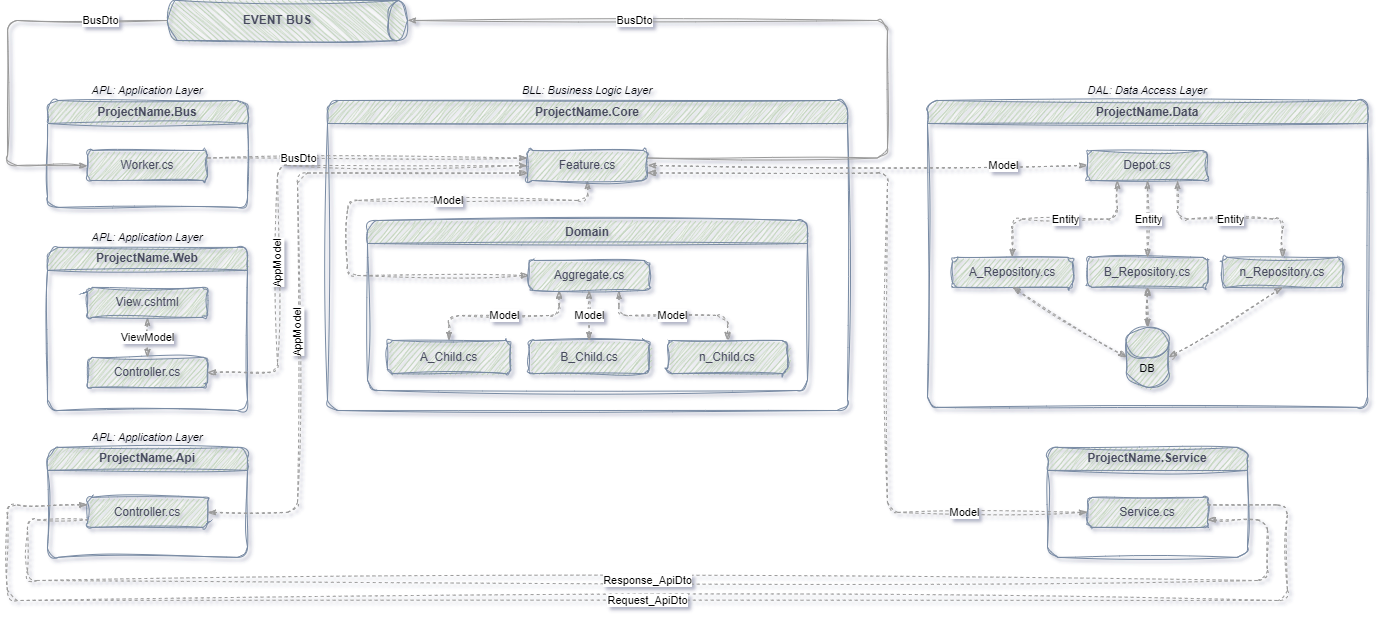
This is docs/SolutionArchitecture.png from iDoctor1977/MicroServicesTemplate, a draw.io export, as it was before one commit. Source tidied: cells renumbered, new cells last; positions are measured from the earlier drawing's top-left corner, leaving out a move shared by most shapes.
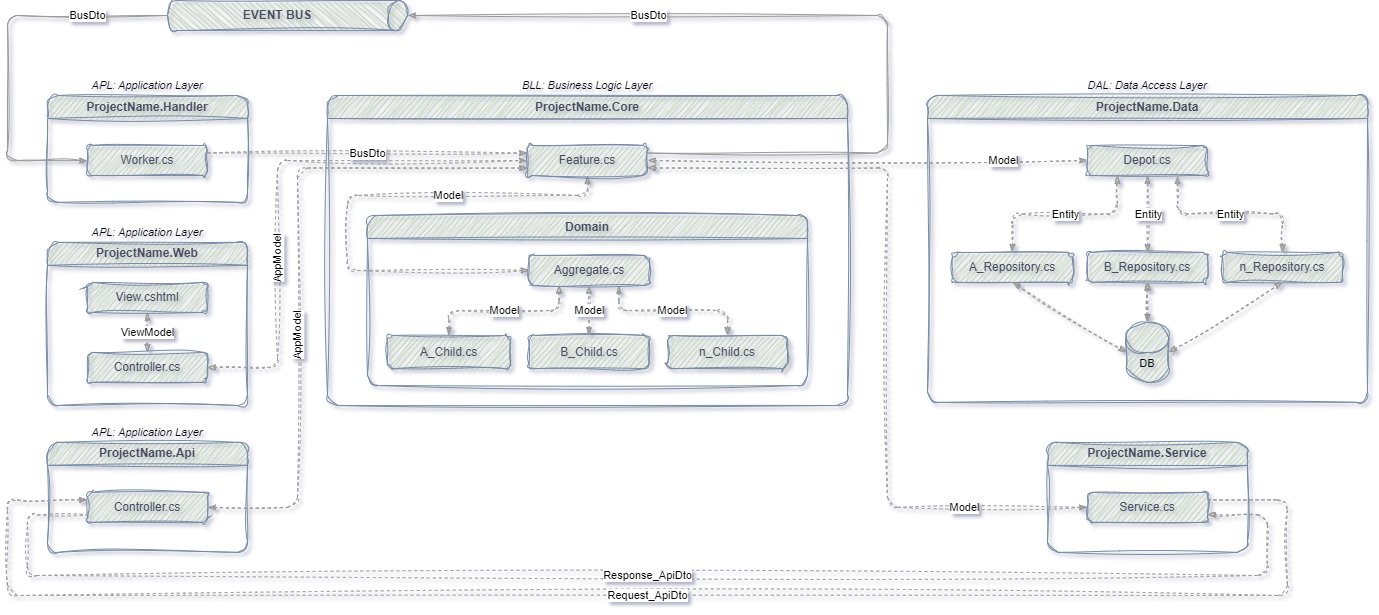
After the change.

Change to the diagram source:
```diff
@@ -2,7 +2,7 @@
   <root>
     <mxCell id="0" />
     <mxCell id="1" parent="0" />
-    <mxCell id="2" value="ProjectName.Bus" style="swimlane;whiteSpace=wrap;html=1;fillColor=#B2C9AB;strokeColor=#788AA3;labelBackgroundColor=none;fontColor=#46495D;rounded=1;fontFamily=Helvetica;sketch=1;curveFitting=1;jiggle=2;" parent="1" vertex="1">
+    <mxCell id="2" value="ProjectName.Handler" style="swimlane;whiteSpace=wrap;html=1;fillColor=#B2C9AB;strokeColor=#788AA3;labelBackgroundColor=none;fontColor=#46495D;rounded=1;fontFamily=Helvetica;sketch=1;curveFitting=1;jiggle=2;" parent="1" vertex="1">
       <mxGeometry x="40" y="100" width="200" height="106.9" as="geometry" />
     </mxCell>
     <mxCell id="3" value="Worker.cs" style="rounded=1;whiteSpace=wrap;html=1;labelBackgroundColor=none;fillColor=#B2C9AB;strokeColor=#788AA3;fontColor=#46495D;fontFamily=Helvetica;sketch=1;curveFitting=1;jiggle=2;" parent="2" vertex="1">
@@ -102,7 +102,7 @@
       <mxGeometry x="205" y="256.9" width="30" height="23.1" as="geometry" />
     </mxCell>
     <mxCell id="33" value="BusDto" style="edgeStyle=orthogonalEdgeStyle;shape=connector;rounded=1;jettySize=auto;html=1;exitX=0.5;exitY=1;exitDx=0;exitDy=0;exitPerimeter=0;entryX=0;entryY=0.5;entryDx=0;entryDy=0;labelBackgroundColor=default;strokeColor=#999999;align=center;verticalAlign=middle;fontFamily=Helvetica;fontSize=11;fontColor=default;startArrow=none;startFill=0;endArrow=classicThin;endFill=1;strokeWidth=1;sketch=1;curveFitting=1;jiggle=2;" parent="1" edge="1" source="34" target="3">
-      <mxGeometry x="-0.65" relative="1" as="geometry">
+      <mxGeometry x="-0.58" relative="1" as="geometry">
         <Array as="points">
           <mxPoint x="0.1" y="20" />
           <mxPoint x="0.1" y="165" />
@@ -110,7 +110,7 @@
       </mxGeometry>
     </mxCell>
     <mxCell id="34" style="shape=cylinder3;whiteSpace=wrap;html=1;boundedLbl=1;backgroundOutline=1;size=9.499999999999886;strokeColor=#788AA3;fontColor=#46495D;fillColor=#B2C9AB;direction=south;rounded=1;fontFamily=Helvetica;sketch=1;curveFitting=1;jiggle=2;" parent="1" vertex="1">
-      <mxGeometry x="160" width="240" height="40" as="geometry" />
+      <mxGeometry x="160" y="5" width="240" height="30" as="geometry" />
     </mxCell>
     <mxCell id="35" value="&lt;b&gt;EVENT BUS&lt;/b&gt;" style="text;html=1;strokeColor=none;fillColor=none;align=center;verticalAlign=middle;whiteSpace=wrap;rounded=1;fontColor=#46495D;glass=0;shadow=0;fontFamily=Helvetica;sketch=1;curveFitting=1;jiggle=2;" parent="1" vertex="1">
       <mxGeometry x="230" y="5" width="80" height="30" as="geometry" />
@@ -157,7 +157,7 @@
       <mxGeometry x="40" y="50" width="120" height="30" as="geometry" />
     </mxCell>
     <mxCell id="47" value="BusDto" style="edgeStyle=orthogonalEdgeStyle;shape=connector;rounded=1;jettySize=auto;html=1;exitX=1;exitY=0.25;exitDx=0;exitDy=0;entryX=0;entryY=0.25;entryDx=0;entryDy=0;labelBackgroundColor=default;strokeColor=#999999;align=center;verticalAlign=middle;fontFamily=Helvetica;fontSize=11;fontColor=default;startArrow=none;startFill=0;endArrow=classicThin;endFill=1;dashed=1;sketch=1;curveFitting=1;jiggle=2;" parent="1" edge="1" source="3" target="6">
-      <mxGeometry x="-0.43" relative="1" as="geometry" />
+      <mxGeometry relative="1" as="geometry" />
     </mxCell>
     <mxCell id="48" value="AppModel" style="edgeStyle=orthogonalEdgeStyle;shape=connector;rounded=1;jettySize=auto;html=1;exitX=1;exitY=0.5;exitDx=0;exitDy=0;entryX=0;entryY=0.5;entryDx=0;entryDy=0;dashed=1;labelBackgroundColor=default;strokeColor=#999999;align=center;verticalAlign=middle;fontFamily=Helvetica;fontSize=11;fontColor=default;startArrow=classicThin;startFill=1;endArrow=classicThin;endFill=1;horizontal=0;sketch=1;curveFitting=1;jiggle=2;" parent="1" edge="1" source="40" target="6">
       <mxGeometry x="-0.32" relative="1" as="geometry">
@@ -168,7 +168,7 @@
       </mxGeometry>
     </mxCell>
     <mxCell id="49" value="AppModel" style="edgeStyle=orthogonalEdgeStyle;shape=connector;rounded=1;jettySize=auto;html=1;exitX=1;exitY=0.5;exitDx=0;exitDy=0;entryX=0;entryY=0.75;entryDx=0;entryDy=0;dashed=1;labelBackgroundColor=default;strokeColor=#999999;align=center;verticalAlign=middle;fontFamily=Helvetica;fontSize=11;fontColor=default;startArrow=classicThin;startFill=1;endArrow=classicThin;endFill=1;horizontal=0;sketch=1;curveFitting=1;jiggle=2;" parent="1" edge="1" source="46" target="6">
-      <mxGeometry x="-0.18" relative="1" as="geometry">
+      <mxGeometry x="-0.21" relative="1" as="geometry">
         <Array as="points">
           <mxPoint x="290" y="512" />
           <mxPoint x="290" y="173" />
@@ -205,7 +205,7 @@
       <mxGeometry x="40" y="226.9" width="200" height="20" as="geometry" />
     </mxCell>
     <mxCell id="55" value="BusDto" style="edgeStyle=orthogonalEdgeStyle;shape=connector;rounded=1;jettySize=auto;html=1;exitX=1;exitY=0.25;exitDx=0;exitDy=0;entryX=0.5;entryY=0;entryDx=0;entryDy=0;entryPerimeter=0;labelBackgroundColor=default;strokeColor=#999999;align=center;verticalAlign=middle;fontFamily=Helvetica;fontSize=11;fontColor=default;startArrow=none;startFill=0;endArrow=classicThin;endFill=1;sketch=1;curveFitting=1;jiggle=2;" parent="1" edge="1" source="6" target="34">
-      <mxGeometry x="0.47" relative="1" as="geometry">
+      <mxGeometry x="0.44" relative="1" as="geometry">
         <Array as="points">
           <mxPoint x="880" y="158" />
           <mxPoint x="880" y="20" />
```
